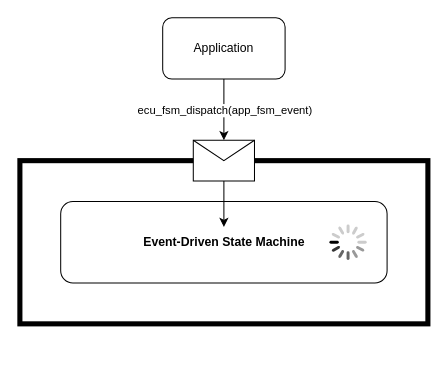
This is page "event_driven_paradigm_event_driven_state_machine" (8 of 14) of doc/images/fsm/fsm.drawio from ress059/ecu, a draw.io file, before an edit. Source tidied: cells renumbered, new cells numbered last; positions are measured from the earlier drawing's top-left corner, leaving out a move shared by most shapes. Both pictures are drawn from the tidied source at 102%, with x=0, y=0 at pixel (19, 17).
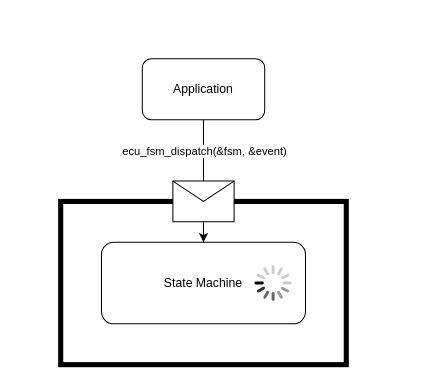
The same diagram, later.

What changed in the source:
```diff
@@
 <mxGraphModel>
   <root>
     <mxCell id="0" />
     <mxCell id="1" parent="0" />
     <mxCell id="2" style="rounded=0;whiteSpace=wrap;html=1;strokeWidth=5;" parent="1" vertex="1">
-      <mxGeometry y="140" width="400" height="160" as="geometry" />
+      <mxGeometry x="40" y="180" width="280" height="160" as="geometry" />
     </mxCell>
-    <mxCell id="3" style="rounded=1;whiteSpace=wrap;html=1;" parent="1" vertex="1">
-      <mxGeometry x="40" y="180" width="320" height="80" as="geometry" />
+    <mxCell id="3" value="State Machine" style="rounded=1;whiteSpace=wrap;html=1;" parent="1" vertex="1">
+      <mxGeometry x="80" y="220" width="200" height="80" as="geometry" />
     </mxCell>
-    <mxCell id="4" style="edgeStyle=orthogonalEdgeStyle;rounded=0;jettySize=auto;html=1;entryX=0.5;entryY=0;entryDx=0;entryDy=0;" parent="1" edge="1" source="6" target="10">
+    <mxCell id="4" style="edgeStyle=orthogonalEdgeStyle;rounded=0;jettySize=auto;html=1;entryX=0.5;entryY=0;entryDx=0;entryDy=0;endArrow=none;endFill=0;" parent="1" edge="1" source="6" target="10">
       <mxGeometry relative="1" as="geometry" />
     </mxCell>
-    <mxCell id="5" value="ecu_fsm_dispatch(app_fsm_event)" style="edgeLabel;html=1;align=center;verticalAlign=middle;" parent="4" vertex="1">
+    <mxCell id="5" value="ecu_fsm_dispatch(&amp;amp;fsm, &amp;amp;event)" style="edgeLabel;html=1;align=center;verticalAlign=middle;" parent="4" vertex="1">
       <mxGeometry x="-0.4" y="3" relative="1" as="geometry">
         <mxPoint x="-3" y="12" as="offset" />
       </mxGeometry>
     </mxCell>
     <mxCell id="6" value="Application" style="rounded=1;whiteSpace=wrap;html=1;" parent="1" vertex="1">
-      <mxGeometry x="140" width="120" height="60" as="geometry" />
+      <mxGeometry x="120" y="40" width="120" height="60" as="geometry" />
     </mxCell>
-    <mxCell id="7" style="edgeStyle=orthogonalEdgeStyle;rounded=0;jettySize=auto;html=1;entryX=0.5;entryY=0;entryDx=0;entryDy=0;" parent="1" edge="1" source="10" target="8">
+    <mxCell id="7" style="edgeStyle=orthogonalEdgeStyle;rounded=0;jettySize=auto;html=1;entryX=0.5;entryY=0;entryDx=0;entryDy=0;" parent="1" edge="1" source="10" target="3">
       <mxGeometry relative="1" as="geometry" />
     </mxCell>
-    <mxCell id="8" value="&lt;b&gt;Event-Driven State Machine&lt;/b&gt;" style="text;html=1;strokeColor=none;fillColor=none;align=center;verticalAlign=middle;whiteSpace=wrap;rounded=0;" parent="1" vertex="1">
-      <mxGeometry x="96.5" y="205" width="207" height="30" as="geometry" />
-    </mxCell>
     <mxCell id="9" style="html=1;verticalLabelPosition=bottom;labelBackgroundColor=#ffffff;verticalAlign=top;shadow=0;dashed=0;strokeWidth=2;shape=mxgraph.ios7.misc.loading_circle;" parent="1" vertex="1">
-      <mxGeometry x="303.5" y="202.5" width="36.5" height="35" as="geometry" />
+      <mxGeometry x="230" y="242.5" width="36.5" height="35" as="geometry" />
     </mxCell>
     <mxCell id="10" style="shape=message;html=1;html=1;outlineConnect=0;labelPosition=center;verticalLabelPosition=bottom;align=center;verticalAlign=top;" parent="1" vertex="1">
-      <mxGeometry x="170" y="120" width="60" height="40" as="geometry" />
+      <mxGeometry x="150" y="160" width="60" height="40" as="geometry" />
     </mxCell>
   </root>
 </mxGraphModel>
```
